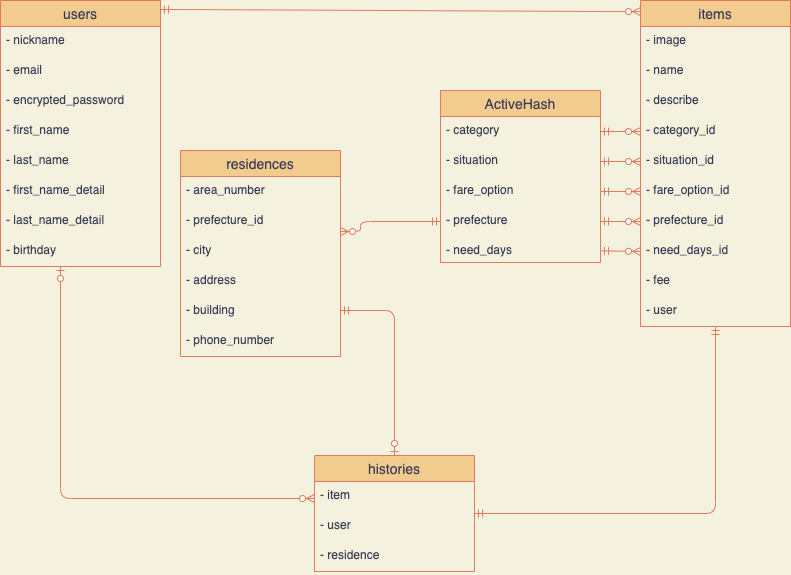
Above: database.drawio.png in Suzukiti-1029/furima-34840 (draw.io), before the change. Source tidied: cells renumbered, new cells last; positions are measured from the earlier drawing's top-left corner, leaving out a move shared by most shapes.
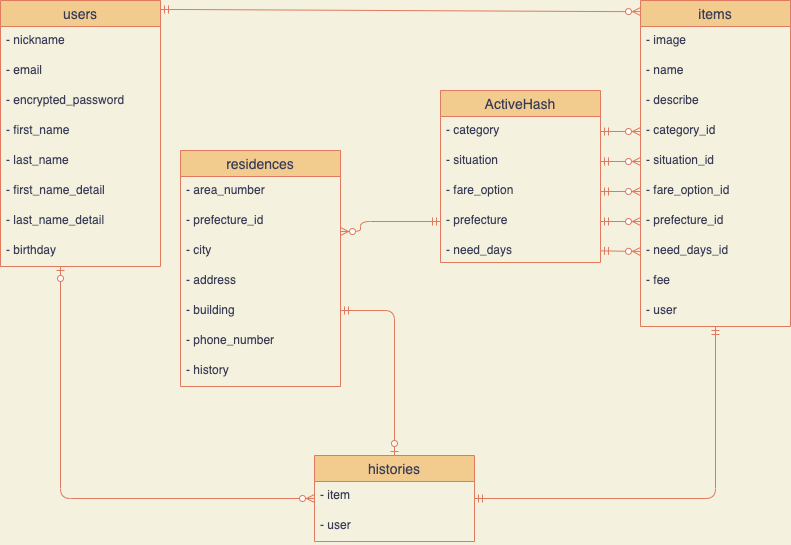
Later version of the same file.

The edit, as a diff of the source:
```diff
@@ -63,7 +63,7 @@
       <mxGeometry y="296" width="150" height="30" as="geometry" />
     </mxCell>
     <mxCell id="22" value="residences" style="swimlane;fontStyle=0;horizontal=1;startSize=26;align=center;fontSize=14;fillColor=#F2CC8F;strokeColor=#E07A5F;fontColor=#393C56;" parent="1" vertex="1">
-      <mxGeometry x="180" y="150" width="160" height="206" as="geometry" />
+      <mxGeometry x="180" y="150" width="160" height="236" as="geometry" />
     </mxCell>
     <mxCell id="23" value="- area_number" style="text;strokeColor=none;fillColor=none;spacingLeft=4;spacingRight=4;overflow=hidden;fontSize=12;fontColor=#393C56;" parent="22" vertex="1">
       <mxGeometry y="26" width="160" height="30" as="geometry" />
@@ -80,8 +80,11 @@
     <mxCell id="27" value="- building" style="text;strokeColor=none;fillColor=none;spacingLeft=4;spacingRight=4;overflow=hidden;fontSize=12;fontColor=#393C56;" parent="22" vertex="1">
       <mxGeometry y="146" width="160" height="30" as="geometry" />
     </mxCell>
+    <mxCell id="49" value="- phone_number" style="text;strokeColor=none;fillColor=none;spacingLeft=4;spacingRight=4;overflow=hidden;fontSize=12;fontColor=#393C56;" parent="22" vertex="1">
+      <mxGeometry y="176" width="160" height="30" as="geometry" />
+    </mxCell>
-    <mxCell id="28" value="- phone_number" style="text;strokeColor=none;fillColor=none;spacingLeft=4;spacingRight=4;overflow=hidden;fontSize=12;fontColor=#393C56;" parent="22" vertex="1">
-      <mxGeometry y="176" width="160" height="30" as="geometry" />
+    <mxCell id="28" value="- history" style="text;strokeColor=none;fillColor=none;spacingLeft=4;spacingRight=4;overflow=hidden;fontSize=12;fontColor=#393C56;" parent="22" vertex="1">
+      <mxGeometry y="206" width="160" height="30" as="geometry" />
     </mxCell>
     <mxCell id="29" style="edgeStyle=entityRelationEdgeStyle;fontSize=12;html=1;endArrow=ERzeroToMany;startArrow=ERmandOne;entryX=0;entryY=0.034;entryDx=0;entryDy=0;entryPerimeter=0;exitX=1;exitY=0.034;exitDx=0;exitDy=0;exitPerimeter=0;strokeColor=#E07A5F;fontColor=#393C56;curved=1;labelBackgroundColor=#F4F1DE;" parent="1" edge="1" source="2" target="11">
       <mxGeometry relative="1" as="geometry" />
@@ -128,7 +131,7 @@
       <mxGeometry relative="1" as="geometry" />
     </mxCell>
     <mxCell id="42" value="histories" style="swimlane;fontStyle=0;horizontal=1;startSize=26;align=center;fontSize=14;fillColor=#F2CC8F;strokeColor=#E07A5F;fontColor=#393C56;" parent="1" vertex="1">
-      <mxGeometry x="314" y="455" width="160" height="116" as="geometry" />
+      <mxGeometry x="314" y="455" width="160" height="86" as="geometry" />
     </mxCell>
     <mxCell id="43" value="- item" style="text;strokeColor=none;fillColor=none;spacingLeft=4;spacingRight=4;overflow=hidden;fontSize=12;fontColor=#393C56;" parent="42" vertex="1">
       <mxGeometry y="26" width="160" height="30" as="geometry" />
@@ -136,9 +139,6 @@
     <mxCell id="44" value="- user" style="text;strokeColor=none;fillColor=none;spacingLeft=4;spacingRight=4;overflow=hidden;fontSize=12;fontColor=#393C56;" parent="42" vertex="1">
       <mxGeometry y="56" width="160" height="30" as="geometry" />
     </mxCell>
-    <mxCell id="45" value="- residence" style="text;strokeColor=none;fillColor=none;spacingLeft=4;spacingRight=4;overflow=hidden;fontSize=12;fontColor=#393C56;" parent="42" vertex="1">
-      <mxGeometry y="86" width="160" height="30" as="geometry" />
-    </mxCell>
     <mxCell id="46" style="edgeStyle=orthogonalEdgeStyle;fontSize=12;html=1;endArrow=ERzeroToMany;startArrow=ERzeroToOne;strokeColor=#E07A5F;fillColor=#F2CC8F;labelBackgroundColor=#F4F1DE;fontColor=#393C56;" parent="1" edge="1" source="2" target="42">
       <mxGeometry relative="1" as="geometry">
         <Array as="points">
```
